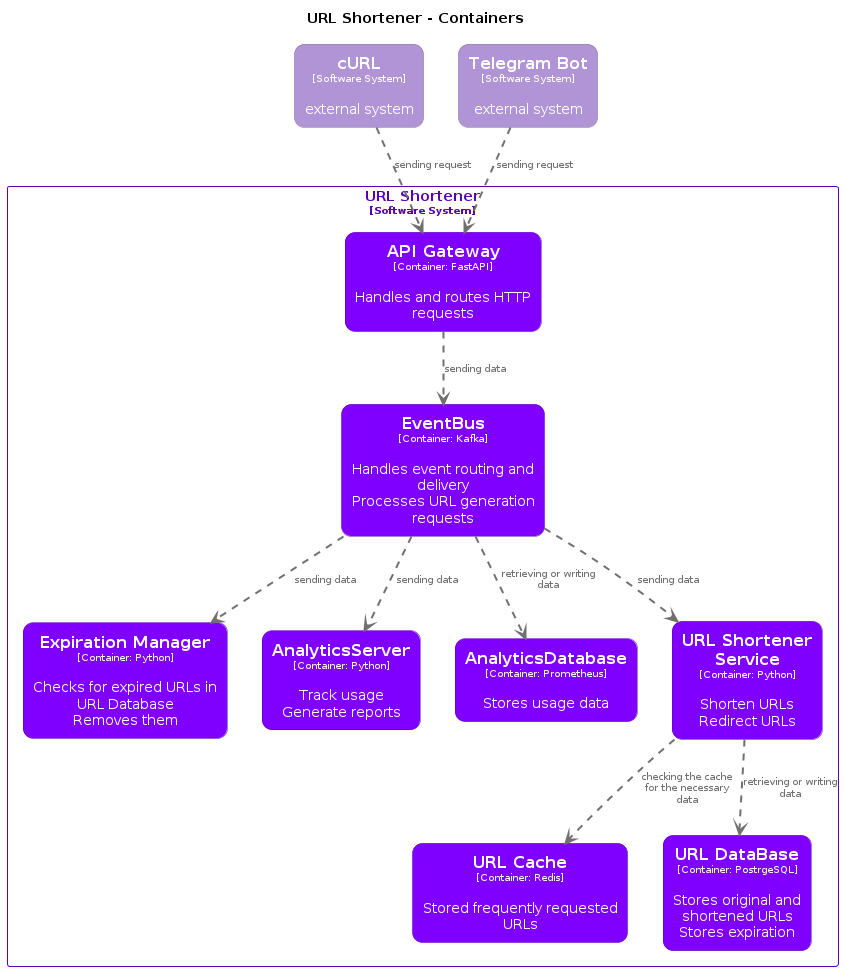
Earlier version of the PlantUML export architecture/diagrams/structurizr-Container-001.png (neojelll/url-shortener).
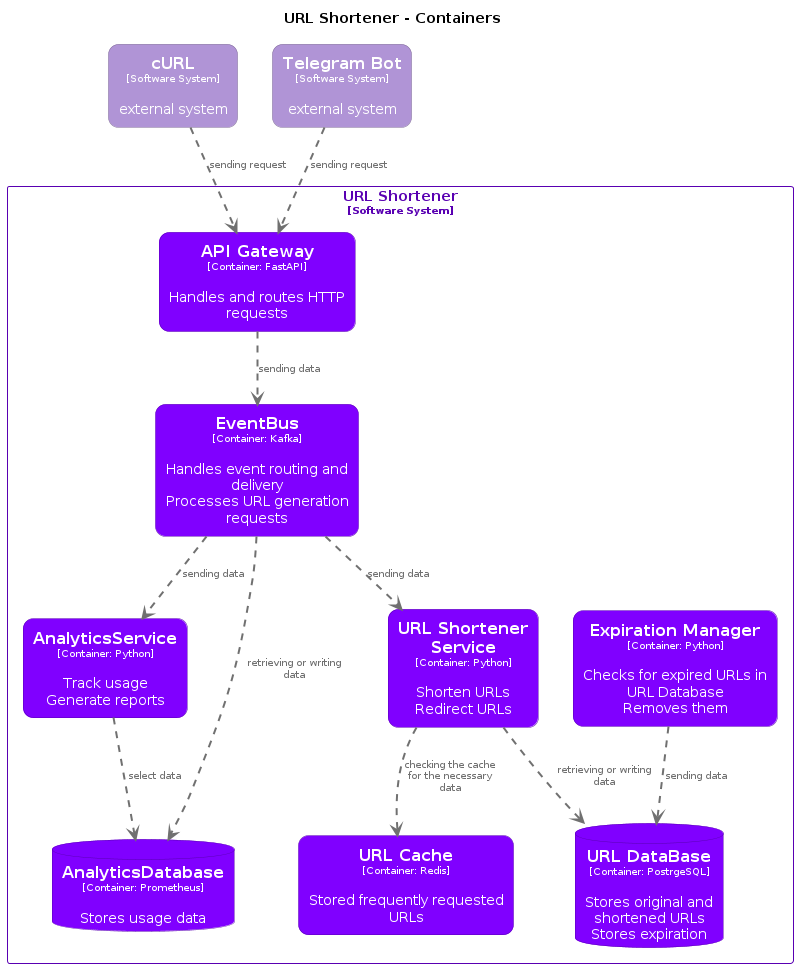
Later version of the same file.

Commit message:
chores(C4 diagrams): Update Structurizr diagrams

The edit, as a diff of the source:
```diff
@@ -20,14 +20,13 @@
   roundCorner 20
   shadowing false
 }
-skinparam rectangle<<URLShortener.AnalyticsDatabase>> {
+skinparam database<<URLShortener.AnalyticsDatabase>> {
   BackgroundColor #8000ff
   FontColor #ffffff
   BorderColor #5900b2
-  roundCorner 20
   shadowing false
 }
-skinparam rectangle<<URLShortener.AnalyticsServer>> {
+skinparam rectangle<<URLShortener.AnalyticsService>> {
   BackgroundColor #8000ff
   FontColor #ffffff
   BorderColor #5900b2
@@ -62,11 +61,10 @@
   roundCorner 20
   shadowing false
 }
-skinparam rectangle<<URLShortener.URLDataBase>> {
+skinparam database<<URLShortener.URLDataBase>> {
   BackgroundColor #8000ff
   FontColor #ffffff
   BorderColor #5900b2
-  roundCorner 20
   shadowing false
 }
 skinparam rectangle<<URLShortener.URLShortenerService>> {
@@ -94,22 +92,23 @@
 
 rectangle "URL Shortener\n<size:10>[Software System]</size>" <<URLShortener>> {
   rectangle "==URL Cache\n<size:10>[Container: Redis]</size>\n\nStored frequently requested URLs" <<URLShortener.URLCache>> as URLShortener.URLCache
-  rectangle "==URL DataBase\n<size:10>[Container: PostrgeSQL]</size>\n\nStores original and shortened URLs\nStores expiration" <<URLShortener.URLDataBase>> as URLShortener.URLDataBase
+  database "==URL DataBase\n<size:10>[Container: PostrgeSQL]</size>\n\nStores original and shortened URLs\nStores expiration" <<URLShortener.URLDataBase>> as URLShortener.URLDataBase
   rectangle "==Expiration Manager\n<size:10>[Container: Python]</size>\n\nChecks for expired URLs in URL Database\nRemoves them" <<URLShortener.ExpirationManager>> as URLShortener.ExpirationManager
   rectangle "==API Gateway\n<size:10>[Container: FastAPI]</size>\n\nHandles and routes HTTP requests" <<URLShortener.APIGateway>> as URLShortener.APIGateway
   rectangle "==EventBus\n<size:10>[Container: Kafka]</size>\n\nHandles event routing and delivery\nProcesses URL generation requests" <<URLShortener.EventBus>> as URLShortener.EventBus
-  rectangle "==AnalyticsServer\n<size:10>[Container: Python]</size>\n\nTrack usage\nGenerate reports" <<URLShortener.AnalyticsServer>> as URLShortener.AnalyticsServer
-  rectangle "==AnalyticsDatabase\n<size:10>[Container: Prometheus]</size>\n\nStores usage data" <<URLShortener.AnalyticsDatabase>> as URLShortener.AnalyticsDatabase
+  rectangle "==AnalyticsService\n<size:10>[Container: Python]</size>\n\nTrack usage\nGenerate reports" <<URLShortener.AnalyticsService>> as URLShortener.AnalyticsService
+  database "==AnalyticsDatabase\n<size:10>[Container: Prometheus]</size>\n\nStores usage data" <<URLShortener.AnalyticsDatabase>> as URLShortener.AnalyticsDatabase
   rectangle "==URL Shortener Service\n<size:10>[Container: Python]</size>\n\nShorten URLs\nRedirect URLs" <<URLShortener.URLShortenerService>> as URLShortener.URLShortenerService
 }
 
 cURL .[#707070,thickness=2].> URLShortener.APIGateway : "<color:#707070>sending request"
 TelegramBot .[#707070,thickness=2].> URLShortener.APIGateway : "<color:#707070>sending request"
 URLShortener.APIGateway .[#707070,thickness=2].> URLShortener.EventBus : "<color:#707070>sending data"
-URLShortener.EventBus .[#707070,thickness=2].> URLShortener.AnalyticsServer : "<color:#707070>sending data"
+URLShortener.EventBus .[#707070,thickness=2].> URLShortener.AnalyticsService : "<color:#707070>sending data"
 URLShortener.EventBus .[#707070,thickness=2].> URLShortener.AnalyticsDatabase : "<color:#707070>retrieving or writing data"
 URLShortener.EventBus .[#707070,thickness=2].> URLShortener.URLShortenerService : "<color:#707070>sending data"
-URLShortener.EventBus .[#707070,thickness=2].> URLShortener.ExpirationManager : "<color:#707070>sending data"
+URLShortener.AnalyticsService .[#707070,thickness=2].> URLShortener.AnalyticsDatabase : "<color:#707070>select data"
 URLShortener.URLShortenerService .[#707070,thickness=2].> URLShortener.URLDataBase : "<color:#707070>retrieving or writing data"
 URLShortener.URLShortenerService .[#707070,thickness=2].> URLShortener.URLCache : "<color:#707070>checking the cache for the necessary data"
+URLShortener.ExpirationManager .[#707070,thickness=2].> URLShortener.URLDataBase : "<color:#707070>sending data"
 @enduml
```
